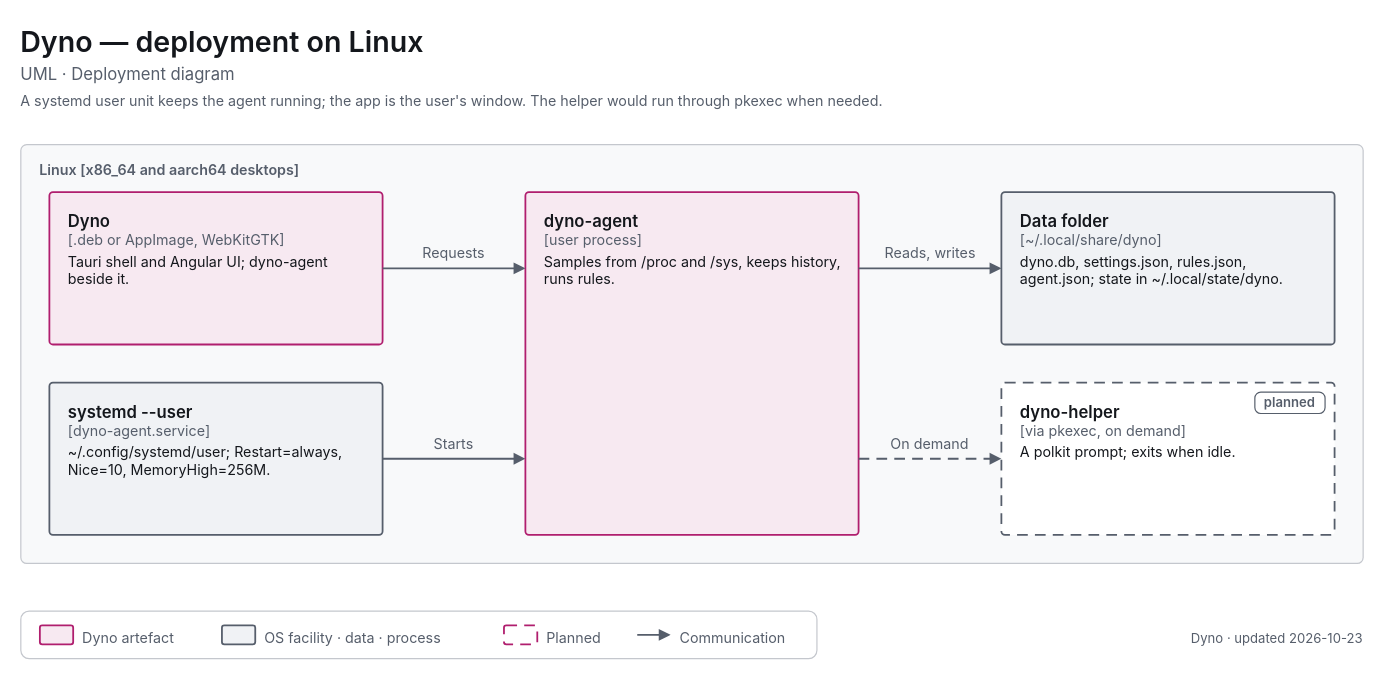
Earlier version of the draw.io diagram apps/dyno/diagrams/uml-deployment-linux.drawio (decryp7/paddock). Source tidied: cells renumbered, new cells numbered last; positions are measured from the earlier drawing's top-left corner, leaving out a move shared by most shapes. Both pictures are drawn from the tidied source at 119%, with x=0, y=0 at pixel (20, 20).
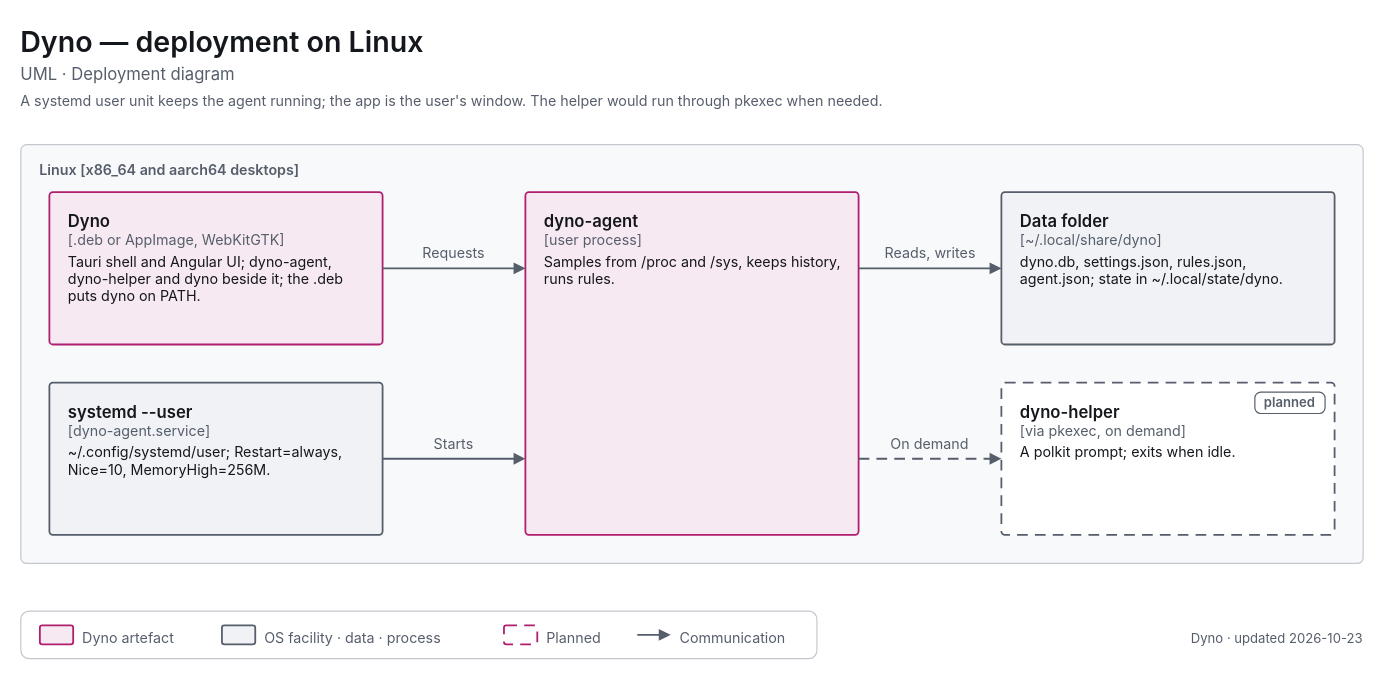
The same diagram, later.

Diff of the diagram source:
```diff
@@
-    <mxCell id="6" value="&lt;span style=&quot;font-size:14px;font-weight:600&quot;&gt;Dyno&lt;/span&gt;&lt;br&gt;&lt;span style=&quot;font-size:12px;color:light-dark(#565E6B,#A0A7B2)&quot;&gt;[.deb or AppImage, WebKitGTK]&lt;/span&gt;&lt;br&gt;&lt;div style=&quot;margin-top:4px;font-size:12px&quot;&gt;Tauri shell and Angular UI; dyno-agent beside it.&lt;/div&gt;" style="html=1;whiteSpace=wrap;fontFamily=-apple-system,BlinkMacSystemFont,Segoe UI,system-ui,sans-serif;fontSize=12;fontColor=light-dark(#14171C,#ECEEF1);rounded=1;absoluteArcSize=1;arcSize=6;strokeWidth=1.5;strokeColor=light-dark(#B01E6E,#F063A8);fillColor=light-dark(#F7E9F1,#382332);align=left;verticalAlign=top;spacingLeft=14;spacingRight=14;spacingTop=10;spacingBottom=8;" parent="1" vertex="1">
+    <mxCell id="6" value="&lt;span style=&quot;font-size:14px;font-weight:600&quot;&gt;Dyno&lt;/span&gt;&lt;br&gt;&lt;span style=&quot;font-size:12px;color:light-dark(#565E6B,#A0A7B2)&quot;&gt;[.deb or AppImage, WebKitGTK]&lt;/span&gt;&lt;br&gt;&lt;div style=&quot;margin-top:4px;font-size:12px&quot;&gt;Tauri shell and Angular UI; dyno-agent, dyno-helper and dyno beside it; the .deb puts dyno on PATH.&lt;/div&gt;" style="html=1;whiteSpace=wrap;fontFamily=-apple-system,BlinkMacSystemFont,Segoe UI,system-ui,sans-serif;fontSize=12;fontColor=light-dark(#14171C,#ECEEF1);rounded=1;absoluteArcSize=1;arcSize=6;strokeWidth=1.5;strokeColor=light-dark(#B01E6E,#F063A8);fillColor=light-dark(#F7E9F1,#382332);align=left;verticalAlign=top;spacingLeft=14;spacingRight=14;spacingTop=10;spacingBottom=8;" parent="1" vertex="1">
       <mxGeometry x="24" y="144" width="280" height="128" as="geometry" />
     </mxCell>
```
